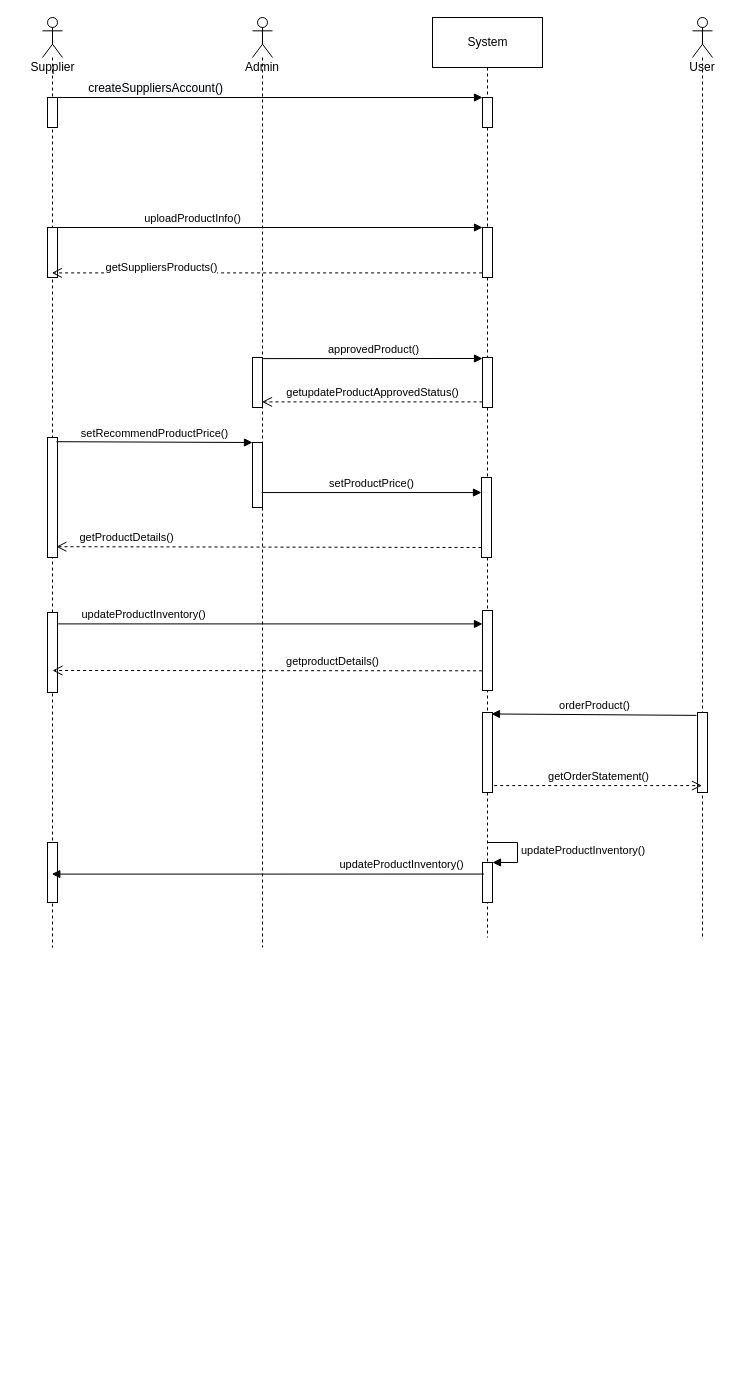
Above: page "Sequence Diagram" (4 of 7) of 1 System Analysis Diagram/Use Case_PlatformSuppliers_Cart-Service.drawio in CHAITANYA510/QuickMall-eCommerce (draw.io), before the change. Source tidied: cells renumbered, new cells numbered last; positions are measured from the earlier drawing's top-left corner, leaving out a move shared by most shapes. Both pictures are drawn from the tidied source at 100%, with x=0, y=0 at pixel (17, 17).
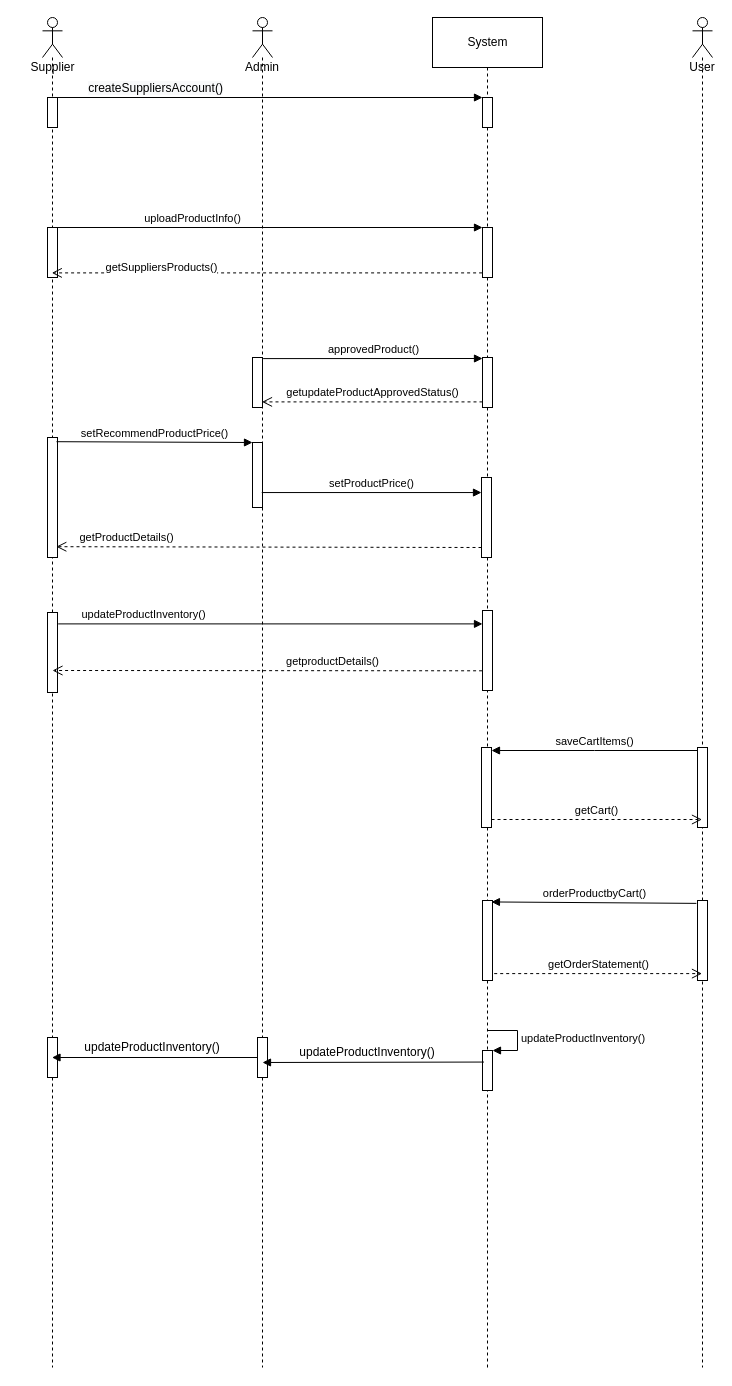
The same page after the edit.

Diff of the diagram source:
```diff
@@
     <mxCell id="3" style="shape=umlLifeline;participant=umlActor;perimeter=lifelinePerimeter;whiteSpace=wrap;html=1;verticalAlign=top;spacingTop=36;outlineConnect=0;" parent="1" vertex="1">
-      <mxGeometry x="25" width="20" height="930" as="geometry" />
+      <mxGeometry x="25" width="20" height="1350" as="geometry" />
     </mxCell>
@@
     <mxCell id="6" style="html=1;perimeter=orthogonalPerimeter;" parent="3" vertex="1">
-      <mxGeometry x="5" y="825" width="10" height="60" as="geometry" />
+      <mxGeometry x="5" y="1020" width="10" height="40" as="geometry" />
     </mxCell>
@@
     <mxCell id="10" value="Admin" style="shape=umlLifeline;participant=umlActor;perimeter=lifelinePerimeter;whiteSpace=wrap;html=1;verticalAlign=top;spacingTop=36;outlineConnect=0;" parent="1" vertex="1">
-      <mxGeometry x="235" width="20" height="930" as="geometry" />
+      <mxGeometry x="235" width="20" height="1350" as="geometry" />
     </mxCell>
@@
+    <mxCell id="39" style="html=1;points=[];perimeter=orthogonalPerimeter;outlineConnect=0;targetShapes=umlLifeline;portConstraint=eastwest;newEdgeStyle={&quot;edgeStyle&quot;:&quot;elbowEdgeStyle&quot;,&quot;elbow&quot;:&quot;vertical&quot;,&quot;curved&quot;:0,&quot;rounded&quot;:0};" parent="10" vertex="1">
+      <mxGeometry x="5" y="1020" width="10" height="40" as="geometry" />
+    </mxCell>
     <mxCell id="13" value="User" style="shape=umlLifeline;participant=umlActor;perimeter=lifelinePerimeter;whiteSpace=wrap;html=1;verticalAlign=top;spacingTop=36;" parent="1" vertex="1">
-      <mxGeometry x="675" width="20" height="920" as="geometry" />
+      <mxGeometry x="675" width="20" height="1350" as="geometry" />
     </mxCell>
     <mxCell id="14" style="html=1;points=[];perimeter=orthogonalPerimeter;" parent="13" vertex="1">
-      <mxGeometry x="5" y="695" width="10" height="80" as="geometry" />
+      <mxGeometry x="5" y="883" width="10" height="80" as="geometry" />
     </mxCell>
+    <mxCell id="40" style="html=1;points=[];perimeter=orthogonalPerimeter;outlineConnect=0;targetShapes=umlLifeline;portConstraint=eastwest;newEdgeStyle={&quot;edgeStyle&quot;:&quot;elbowEdgeStyle&quot;,&quot;elbow&quot;:&quot;vertical&quot;,&quot;curved&quot;:0,&quot;rounded&quot;:0};" parent="13" vertex="1">
+      <mxGeometry x="5" y="730" width="10" height="80" as="geometry" />
+    </mxCell>
     <mxCell id="15" style="endArrow=none;dashed=1;html=1;rounded=0;exitX=0.5;exitY=1;exitDx=0;exitDy=0;startArrow=none;" parent="1" edge="1" source="28">
       <mxGeometry relative="1" as="geometry">
-        <mxPoint x="470" y="920" as="targetPoint" />
+        <mxPoint x="470" y="1350" as="targetPoint" />
       </mxGeometry>
     </mxCell>
@@
-    <mxCell id="22" value="orderProduct()" style="html=1;verticalAlign=bottom;endArrow=block;rounded=0;exitX=-0.111;exitY=0.036;exitDx=0;exitDy=0;exitPerimeter=0;entryX=0.894;entryY=0.018;entryDx=0;entryDy=0;entryPerimeter=0;" parent="1" edge="1" source="14" target="28">
+    <mxCell id="22" value="orderProductbyCart()" style="html=1;verticalAlign=bottom;endArrow=block;rounded=0;exitX=-0.111;exitY=0.036;exitDx=0;exitDy=0;exitPerimeter=0;entryX=0.894;entryY=0.018;entryDx=0;entryDy=0;entryPerimeter=0;" parent="1" edge="1" source="14" target="28">
       <mxGeometry relative="1" as="geometry" />
     </mxCell>
     <mxCell id="23" value="getOrderStatement()" style="html=1;verticalAlign=bottom;endArrow=open;dashed=1;endSize=8;rounded=0;exitX=1.174;exitY=0.79;exitDx=0;exitDy=0;exitPerimeter=0;" parent="1" edge="1">
       <mxGeometry relative="1" as="geometry">
-        <mxPoint x="476.7" y="768.1" as="sourcePoint" />
-        <mxPoint x="684.5" y="768.1" as="targetPoint" />
+        <mxPoint x="476.7" y="956.1" as="sourcePoint" />
+        <mxPoint x="684.5" y="956.1" as="targetPoint" />
       </mxGeometry>
     </mxCell>
     <mxCell id="24" style="html=1;points=[];perimeter=orthogonalPerimeter;" parent="1" vertex="1">
-      <mxGeometry x="465" y="845" width="10" height="40" as="geometry" />
+      <mxGeometry x="465" y="1033" width="10" height="40" as="geometry" />
     </mxCell>
     <mxCell id="25" value="updateProductInventory()" style="edgeStyle=orthogonalEdgeStyle;html=1;align=left;spacingLeft=2;endArrow=block;rounded=0;entryX=1;entryY=0;" parent="1" edge="1" target="24">
       <mxGeometry relative="1" as="geometry">
-        <mxPoint x="470" y="825" as="sourcePoint" />
+        <mxPoint x="470" y="1013" as="sourcePoint" />
         <Array as="points">
-          <mxPoint x="500" y="825" />
+          <mxPoint x="500" y="1013" />
         </Array>
       </mxGeometry>
     </mxCell>
-    <mxCell id="26" value="updateProductInventory()" style="html=1;verticalAlign=bottom;endArrow=block;rounded=0;exitX=0.147;exitY=0.289;exitDx=0;exitDy=0;exitPerimeter=0;" parent="1" edge="1" source="24">
+    <mxCell id="26" style="html=1;verticalAlign=bottom;endArrow=block;rounded=0;exitX=0.147;exitY=0.289;exitDx=0;exitDy=0;exitPerimeter=0;" parent="1" edge="1" source="24">
       <mxGeometry x="-0.62" y="-1" relative="1" as="geometry">
-        <mxPoint x="34.3" y="856.6" as="targetPoint" />
+        <mxPoint x="245" y="1045" as="targetPoint" />
       </mxGeometry>
     </mxCell>
@@
     <mxCell id="28" style="html=1;points=[];perimeter=orthogonalPerimeter;" parent="1" vertex="1">
-      <mxGeometry x="465" y="695" width="10" height="80" as="geometry" />
+      <mxGeometry x="465" y="883" width="10" height="80" as="geometry" />
     </mxCell>
@@
+    <mxCell id="41" style="html=1;perimeter=orthogonalPerimeter;targetShapes=umlLifeline;newEdgeStyle={&quot;edgeStyle&quot;:&quot;elbowEdgeStyle&quot;,&quot;elbow&quot;:&quot;vertical&quot;,&quot;curved&quot;:0,&quot;rounded&quot;:0};" parent="1" vertex="1">
+      <mxGeometry x="464" y="730" width="10" height="80" as="geometry" />
+    </mxCell>
+    <mxCell id="42" value="saveCartItems()" style="html=1;verticalAlign=bottom;endArrow=block;edgeStyle=elbowEdgeStyle;elbow=vertical;curved=0;rounded=0;" parent="1" edge="1" source="40">
+      <mxGeometry relative="1" as="geometry">
+        <mxPoint x="474" y="733" as="targetPoint" />
+      </mxGeometry>
+    </mxCell>
+    <mxCell id="43" value="getCart()" style="html=1;verticalAlign=bottom;endArrow=open;dashed=1;endSize=8;edgeStyle=elbowEdgeStyle;elbow=vertical;curved=0;rounded=0;" parent="1" edge="1">
+      <mxGeometry relative="1" as="geometry">
+        <mxPoint x="474" y="802" as="sourcePoint" />
+        <mxPoint x="684.5" y="802" as="targetPoint" />
+      </mxGeometry>
+    </mxCell>
+    <mxCell id="44" value="updateProductInventory()" style="text;html=1;strokeColor=none;fillColor=none;align=center;verticalAlign=middle;whiteSpace=wrap;rounded=0;" parent="1" vertex="1">
+      <mxGeometry x="320" y="1020" width="60" height="30" as="geometry" />
+    </mxCell>
+    <mxCell id="45" style="html=1;verticalAlign=bottom;endArrow=block;rounded=0;" parent="1" edge="1" source="39" target="3">
+      <mxGeometry x="-0.62" y="-1" relative="1" as="geometry" />
+    </mxCell>
+    <mxCell id="46" value="updateProductInventory()" style="text;html=1;strokeColor=none;fillColor=none;align=center;verticalAlign=middle;whiteSpace=wrap;rounded=0;" parent="1" vertex="1">
+      <mxGeometry x="105" y="1020" width="60" height="20" as="geometry" />
+    </mxCell>
```
